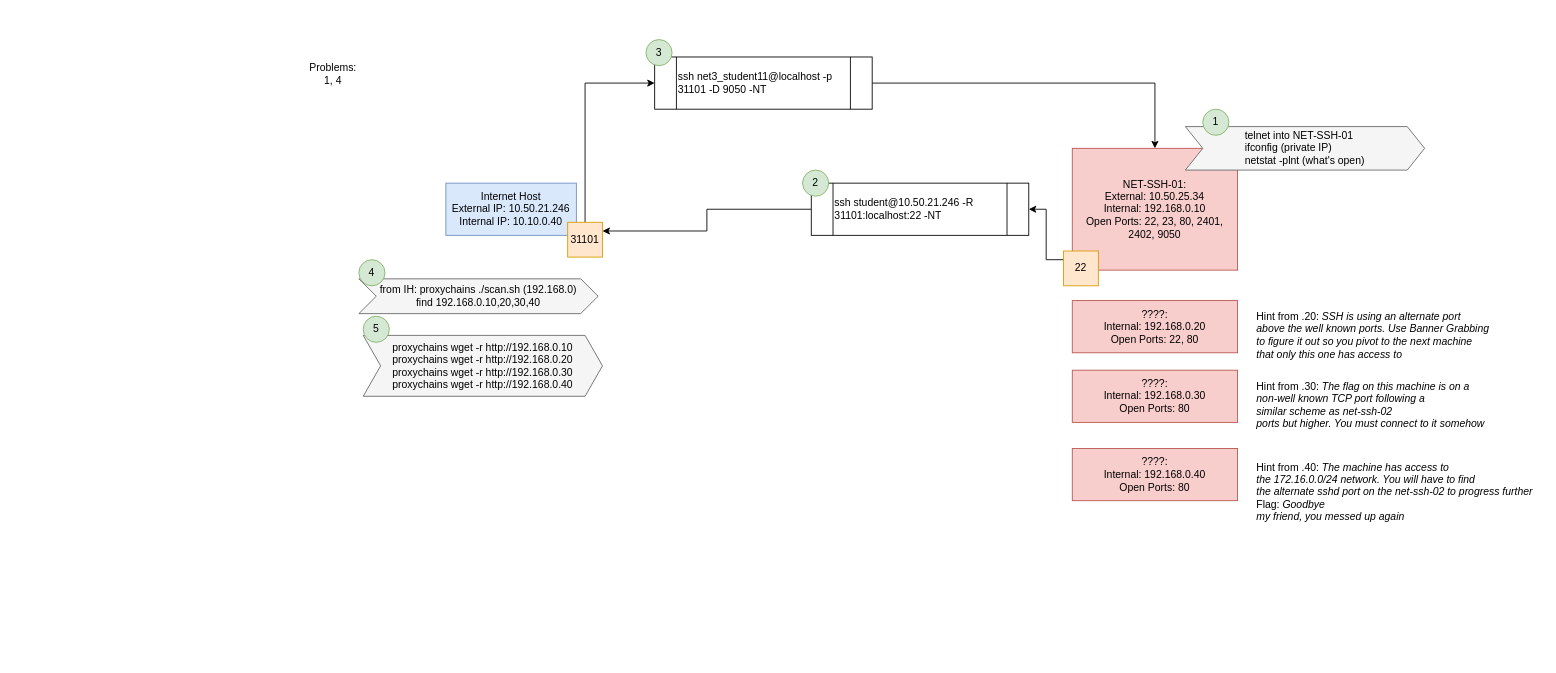
abfarr/cctc keeps this draw.io diagram as ctf/CTF_data_collection1.drawio. Above is the earlier version. Source tidied: cells renumbered, new cells numbered last; positions are measured from the earlier drawing's top-left corner, leaving out a move shared by most shapes. Both pictures are drawn from the tidied source at 87%, with x=0, y=0 at pixel (302, 39).
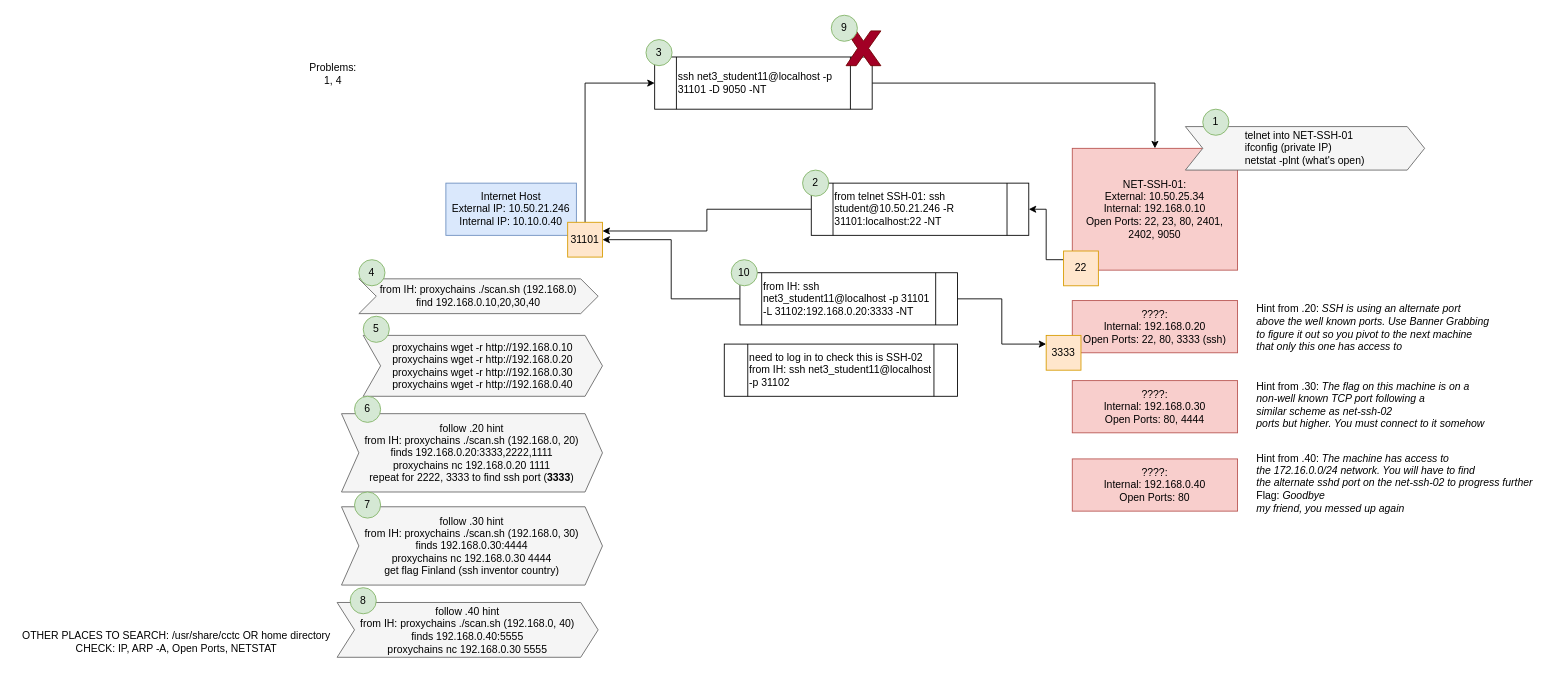
The same page after the edit.

The change refers to these unchanged cells:
```xml
<mxCell id="9" value="31101" style="whiteSpace=wrap;html=1;fillColor=#ffe6cc;strokeColor=#d79b00;" parent="1" vertex="1">
  <mxGeometry x="305" y="210" width="40" height="40" as="geometry" />
</mxCell>
```

The edit, as a diff of the source:
```diff
@@
-    <mxCell id="5" value="ssh student@10.50.21.246 -R 31101:localhost:22 -NT" style="shape=process;whiteSpace=wrap;html=1;backgroundOutline=1;align=left;" parent="1" vertex="1">
+    <mxCell id="5" value="from telnet SSH-01: ssh student@10.50.21.246 -R 31101:localhost:22 -NT" style="shape=process;whiteSpace=wrap;html=1;backgroundOutline=1;align=left;" parent="1" vertex="1">
       <mxGeometry x="585" y="165" width="250" height="60" as="geometry" />
     </mxCell>
@@
-    <mxCell id="13" value="????:&lt;br&gt;Internal:&amp;nbsp;192.168.0.20&lt;br&gt;Open Ports: 22, 80" style="rounded=0;whiteSpace=wrap;html=1;fillColor=#f8cecc;strokeColor=#b85450;" parent="1" vertex="1">
+    <mxCell id="13" value="????:&lt;br&gt;Internal:&amp;nbsp;192.168.0.20&lt;br&gt;Open Ports: 22, 80, 3333 (ssh)" style="rounded=0;whiteSpace=wrap;html=1;fillColor=#f8cecc;strokeColor=#b85450;" parent="1" vertex="1">
       <mxGeometry x="885" y="300" width="190" height="60" as="geometry" />
     </mxCell>
-    <mxCell id="14" value="????:&lt;br&gt;Internal:&amp;nbsp;192.168.0.30&lt;br&gt;Open Ports: 80" style="rounded=0;whiteSpace=wrap;html=1;fillColor=#f8cecc;strokeColor=#b85450;" parent="1" vertex="1">
-      <mxGeometry x="885" y="380" width="190" height="60" as="geometry" />
+    <mxCell id="14" value="????:&lt;br&gt;Internal:&amp;nbsp;192.168.0.30&lt;br&gt;Open Ports: 80, 4444" style="rounded=0;whiteSpace=wrap;html=1;fillColor=#f8cecc;strokeColor=#b85450;" parent="1" vertex="1">
+      <mxGeometry x="885" y="392" width="190" height="60" as="geometry" />
     </mxCell>
     <mxCell id="15" value="????:&lt;br&gt;Internal:&amp;nbsp;192.168.0.40&lt;br&gt;Open Ports: 80" style="rounded=0;whiteSpace=wrap;html=1;fillColor=#f8cecc;strokeColor=#b85450;" parent="1" vertex="1">
-      <mxGeometry x="885" y="470" width="190" height="60" as="geometry" />
+      <mxGeometry x="885" y="482" width="190" height="60" as="geometry" />
     </mxCell>
@@
     <mxCell id="24" value="Hint from .20:&amp;nbsp;&lt;i&gt;&lt;span style=&quot;font-size: 9pt ; line-height: 107%&quot;&gt;SSH is using an alternate port &lt;br&gt;above the well known ports. Use Banner Grabbing &lt;br&gt;to figure it out so you pivot to the next machine &lt;br&gt;that only this one has access to&lt;/span&gt;&lt;/i&gt;" style="text;html=1;align=left;verticalAlign=middle;strokeColor=none;fillColor=none;" parent="1" vertex="1">
-      <mxGeometry x="1095" y="310" width="280" height="60" as="geometry" />
+      <mxGeometry x="1095" y="301" width="280" height="60" as="geometry" />
     </mxCell>
@@
     <mxCell id="26" value="&lt;div&gt;Hint from .40: &lt;i&gt;The machine has access to&amp;nbsp;&lt;/i&gt;&lt;/div&gt;&lt;div&gt;&lt;i&gt;the 172.16.0.0/24 network. You will have to find&amp;nbsp;&lt;/i&gt;&lt;/div&gt;&lt;div&gt;&lt;i&gt;the alternate sshd port on the net-ssh-02 to progress further&lt;/i&gt;&lt;/div&gt;&lt;div&gt;Flag: &lt;i&gt;Goodbye&lt;/i&gt;&lt;/div&gt;&lt;div&gt;&lt;i&gt;my friend, you messed up again&lt;/i&gt;&lt;/div&gt;" style="text;html=1;align=left;verticalAlign=middle;strokeColor=none;fillColor=none;" parent="1" vertex="1">
-      <mxGeometry x="1095" y="480" width="330" height="80" as="geometry" />
+      <mxGeometry x="1095" y="470" width="330" height="80" as="geometry" />
     </mxCell>
+    <mxCell id="27" value="&lt;span style=&quot;color: rgb(0 , 0 , 0) ; text-align: left&quot;&gt;follow .20 hint&lt;br&gt;from IH:&amp;nbsp;&lt;/span&gt;&lt;font color=&quot;#000000&quot;&gt;proxychains ./scan.sh (192.168.0, 20)&lt;br&gt;finds 192.168.0.20:3333,2222,1111&lt;br&gt;&lt;/font&gt;&lt;span style=&quot;color: rgb(0 , 0 , 0)&quot;&gt;proxychains nc 192.168.0.20 1111&lt;/span&gt;&lt;br style=&quot;color: rgb(0 , 0 , 0)&quot;&gt;&lt;span style=&quot;color: rgb(0 , 0 , 0)&quot;&gt;repeat for 2222, 3333 to find ssh port (&lt;/span&gt;&lt;b style=&quot;color: rgb(0 , 0 , 0)&quot;&gt;3333&lt;/b&gt;&lt;span style=&quot;color: rgb(0 , 0 , 0)&quot;&gt;)&lt;/span&gt;&lt;font color=&quot;#000000&quot;&gt;&lt;br&gt;&lt;/font&gt;" style="shape=step;perimeter=stepPerimeter;whiteSpace=wrap;html=1;fixedSize=1;align=center;fillColor=#f5f5f5;fontColor=#333333;strokeColor=#666666;" parent="1" vertex="1">
+      <mxGeometry x="45" y="430" width="300" height="90" as="geometry" />
+    </mxCell>
+    <mxCell id="28" value="6" style="ellipse;whiteSpace=wrap;html=1;fillColor=#d5e8d4;strokeColor=#82b366;" parent="1" vertex="1">
+      <mxGeometry x="60" y="410" width="30" height="30" as="geometry" />
+    </mxCell>
+    <mxCell id="29" value="&lt;span style=&quot;color: rgb(0 , 0 , 0) ; text-align: left&quot;&gt;follow .30 hint&lt;br&gt;from IH:&amp;nbsp;&lt;/span&gt;&lt;font color=&quot;#000000&quot;&gt;proxychains ./scan.sh (192.168.0, 30)&lt;br&gt;finds 192.168.0.30:4444&lt;br&gt;&lt;/font&gt;&lt;span style=&quot;color: rgb(0 , 0 , 0)&quot;&gt;proxychains nc 192.168.0.30 4444&lt;br&gt;&lt;/span&gt;&lt;font color=&quot;#000000&quot;&gt;get flag Finland (ssh inventor country)&lt;br&gt;&lt;/font&gt;" style="shape=step;perimeter=stepPerimeter;whiteSpace=wrap;html=1;fixedSize=1;align=center;fillColor=#f5f5f5;fontColor=#333333;strokeColor=#666666;" parent="1" vertex="1">
+      <mxGeometry x="45" y="537" width="300" height="90" as="geometry" />
+    </mxCell>
+    <mxCell id="30" value="7" style="ellipse;whiteSpace=wrap;html=1;fillColor=#d5e8d4;strokeColor=#82b366;" parent="1" vertex="1">
+      <mxGeometry x="60" y="520" width="30" height="30" as="geometry" />
+    </mxCell>
+    <mxCell id="31" value="&lt;span style=&quot;color: rgb(0 , 0 , 0) ; text-align: left&quot;&gt;follow .40 hint&lt;br&gt;from IH:&amp;nbsp;&lt;/span&gt;&lt;font color=&quot;#000000&quot;&gt;proxychains ./scan.sh (192.168.0, 40)&lt;br&gt;finds 192.168.0.40:5555&lt;br&gt;&lt;/font&gt;&lt;span style=&quot;color: rgb(0 , 0 , 0)&quot;&gt;proxychains nc 192.168.0.30 5555&lt;/span&gt;&lt;font color=&quot;#000000&quot;&gt;&lt;br&gt;&lt;/font&gt;" style="shape=step;perimeter=stepPerimeter;whiteSpace=wrap;html=1;fixedSize=1;align=center;fillColor=#f5f5f5;fontColor=#333333;strokeColor=#666666;" parent="1" vertex="1">
+      <mxGeometry x="40" y="647" width="300" height="63" as="geometry" />
+    </mxCell>
+    <mxCell id="32" value="8" style="ellipse;whiteSpace=wrap;html=1;fillColor=#d5e8d4;strokeColor=#82b366;" parent="1" vertex="1">
+      <mxGeometry x="55" y="630" width="30" height="30" as="geometry" />
+    </mxCell>
+    <mxCell id="33" value="&lt;div&gt;OTHER PLACES TO SEARCH: /usr/share/cctc OR home directory&lt;/div&gt;&lt;div&gt;CHECK: IP, ARP -A, Open Ports, NETSTAT&lt;/div&gt;" style="text;html=1;align=center;verticalAlign=middle;strokeColor=none;fillColor=none;" parent="1" vertex="1">
+      <mxGeometry x="-330" y="677" width="370" height="30" as="geometry" />
+    </mxCell>
+    <mxCell id="34" style="verticalLabelPosition=bottom;verticalAlign=top;html=1;shape=mxgraph.basic.x;fillColor=#a20025;fontColor=#ffffff;strokeColor=#6F0000;" parent="1" vertex="1">
+      <mxGeometry x="625" y="-10" width="40" height="40" as="geometry" />
+    </mxCell>
+    <mxCell id="35" value="9" style="ellipse;whiteSpace=wrap;html=1;fillColor=#d5e8d4;strokeColor=#82b366;" parent="1" vertex="1">
+      <mxGeometry x="608" y="-28" width="30" height="30" as="geometry" />
+    </mxCell>
+    <mxCell id="36" style="edgeStyle=orthogonalEdgeStyle;rounded=0;jettySize=auto;html=1;exitX=0;exitY=0.5;exitDx=0;exitDy=0;entryX=1;entryY=0.5;entryDx=0;entryDy=0;" parent="1" edge="1" source="38" target="9">
+      <mxGeometry relative="1" as="geometry" />
+    </mxCell>
+    <mxCell id="37" style="edgeStyle=orthogonalEdgeStyle;rounded=0;jettySize=auto;html=1;exitX=1;exitY=0.5;exitDx=0;exitDy=0;entryX=0;entryY=0.25;entryDx=0;entryDy=0;" parent="1" edge="1" source="38" target="40">
+      <mxGeometry relative="1" as="geometry" />
+    </mxCell>
+    <mxCell id="38" value="from IH:&amp;nbsp;ssh net3_student11@localhost -p 31101 -L 31102:192.168.0.20:3333 -NT" style="shape=process;whiteSpace=wrap;html=1;backgroundOutline=1;align=left;" parent="1" vertex="1">
+      <mxGeometry x="503" y="268" width="250" height="60" as="geometry" />
+    </mxCell>
+    <mxCell id="39" value="10" style="ellipse;whiteSpace=wrap;html=1;fillColor=#d5e8d4;strokeColor=#82b366;" parent="1" vertex="1">
+      <mxGeometry x="493" y="253" width="30" height="30" as="geometry" />
+    </mxCell>
+    <mxCell id="40" value="3333" style="whiteSpace=wrap;html=1;fillColor=#ffe6cc;strokeColor=#d79b00;" parent="1" vertex="1">
+      <mxGeometry x="855" y="340" width="40" height="40" as="geometry" />
+    </mxCell>
+    <mxCell id="41" value="need to log in to check this is SSH-02&lt;br&gt;from IH:&amp;nbsp;ssh net3_student11@localhost -p 31102" style="shape=process;whiteSpace=wrap;html=1;backgroundOutline=1;align=left;" parent="1" vertex="1">
+      <mxGeometry x="485" y="350" width="268" height="60" as="geometry" />
+    </mxCell>
```
